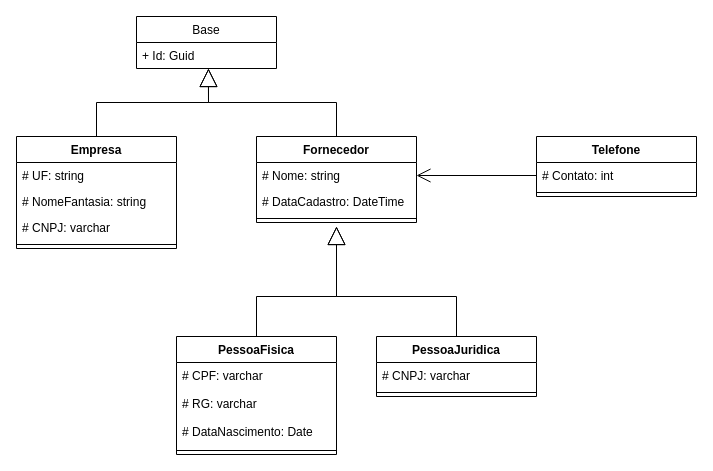
Above: page "Diagrama de Classes" (3 of 3) of Diagramas/Diagrama.drawio in MatheusDavidDev/Avaliacao_De_Conhecimento (draw.io), before the change. Source tidied: cells renumbered, new cells numbered last; positions are measured from the earlier drawing's top-left corner, leaving out a move shared by most shapes. Both pictures are drawn from the tidied source at 100%, with x=0, y=0 at pixel (16, 16).
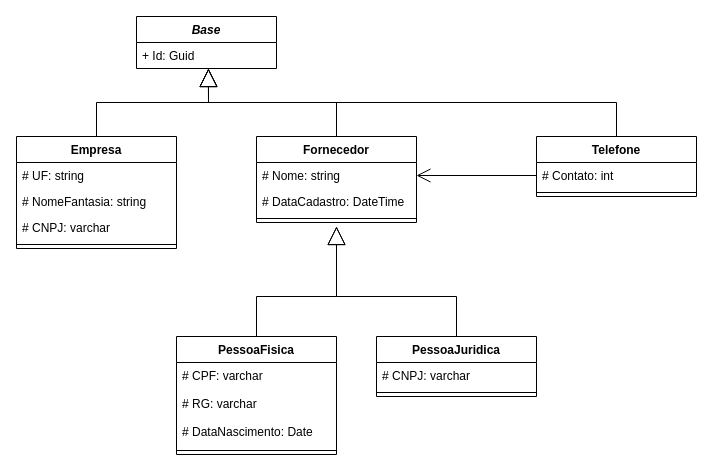
After the change.

Unchanged cells that the change refers to:
```xml
<mxCell id="3" value="+ Id: Guid" style="text;strokeColor=none;fillColor=none;align=left;verticalAlign=top;spacingLeft=4;spacingRight=4;overflow=hidden;points=[[0,0.5],[1,0.5]];portConstraint=eastwest;" parent="2" vertex="1">
  <mxGeometry y="26" width="140" height="26" as="geometry" />
</mxCell>
<mxCell id="25" value="Telefone" style="swimlane;fontStyle=1;align=center;verticalAlign=top;horizontal=1;startSize=26;" parent="1" vertex="1">
  <mxGeometry x="520" y="120" width="160" height="60" as="geometry" />
</mxCell>
```

The edit, as a diff of the source:
```diff
@@
-    <mxCell id="2" value="Base" style="swimlane;fontStyle=0;horizontal=1;startSize=26;fillColor=none;" parent="1" vertex="1">
+    <mxCell id="2" value="Base" style="swimlane;fontStyle=3;horizontal=1;startSize=26;fillColor=none;" parent="1" vertex="1">
       <mxGeometry x="120" width="140" height="52" as="geometry" />
     </mxCell>
@@
+    <mxCell id="29" style="endArrow=block;endSize=16;endFill=0;html=1;rounded=0;edgeStyle=orthogonalEdgeStyle;entryX=0.514;entryY=1;entryDx=0;entryDy=0;entryPerimeter=0;" parent="1" edge="1" source="25" target="3">
+      <mxGeometry relative="1" as="geometry" />
+    </mxCell>
```
